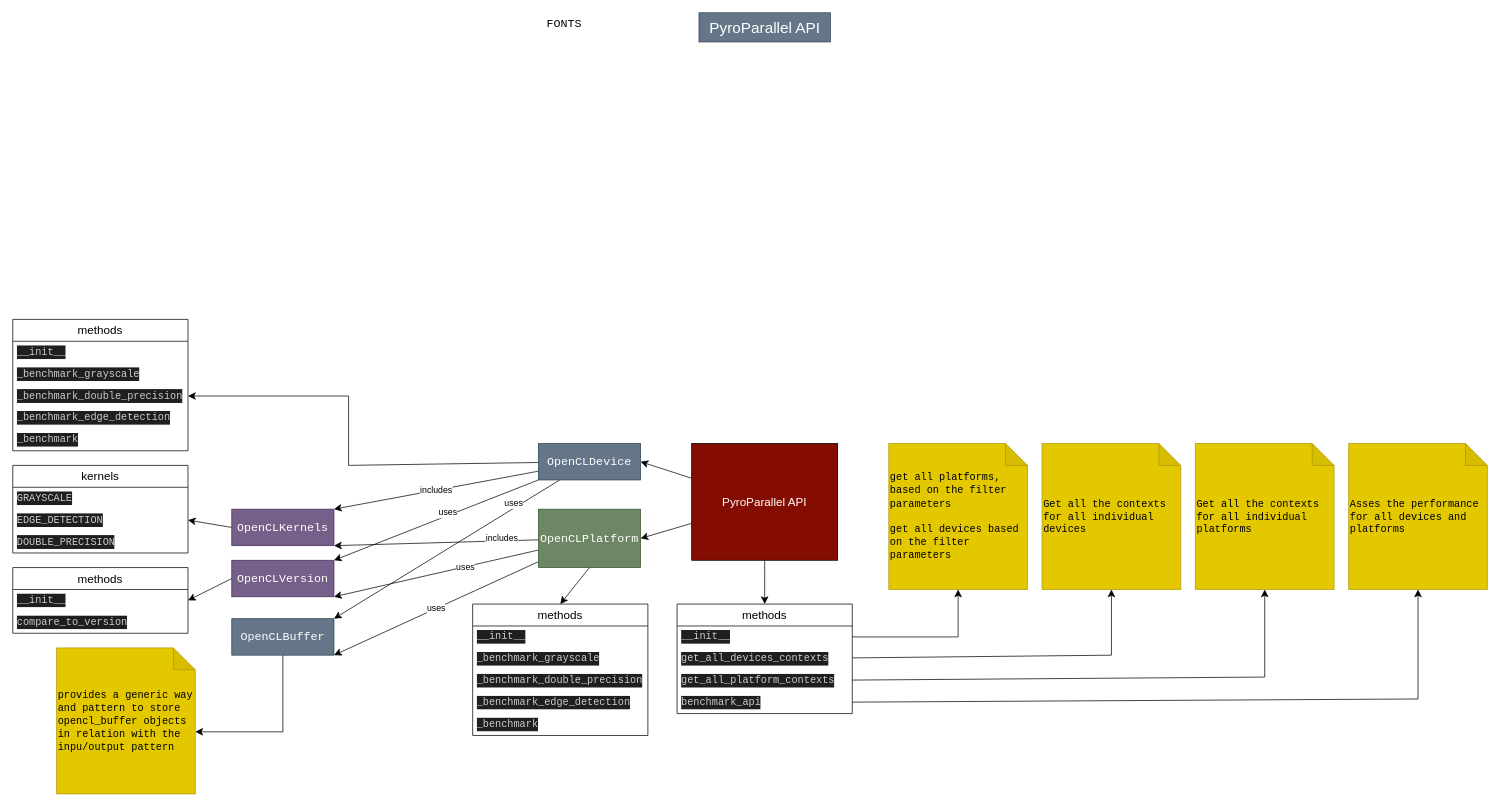
This is doc/diagram.drawio from TheSeeven/PyroParallel, a draw.io file, before an edit. Source tidied: cells renumbered, new cells numbered last; positions are measured from the earlier drawing's top-left corner, leaving out a move shared by most shapes. Both pictures are drawn from the tidied source at 73%, with x=0, y=0 at pixel (12, 12).
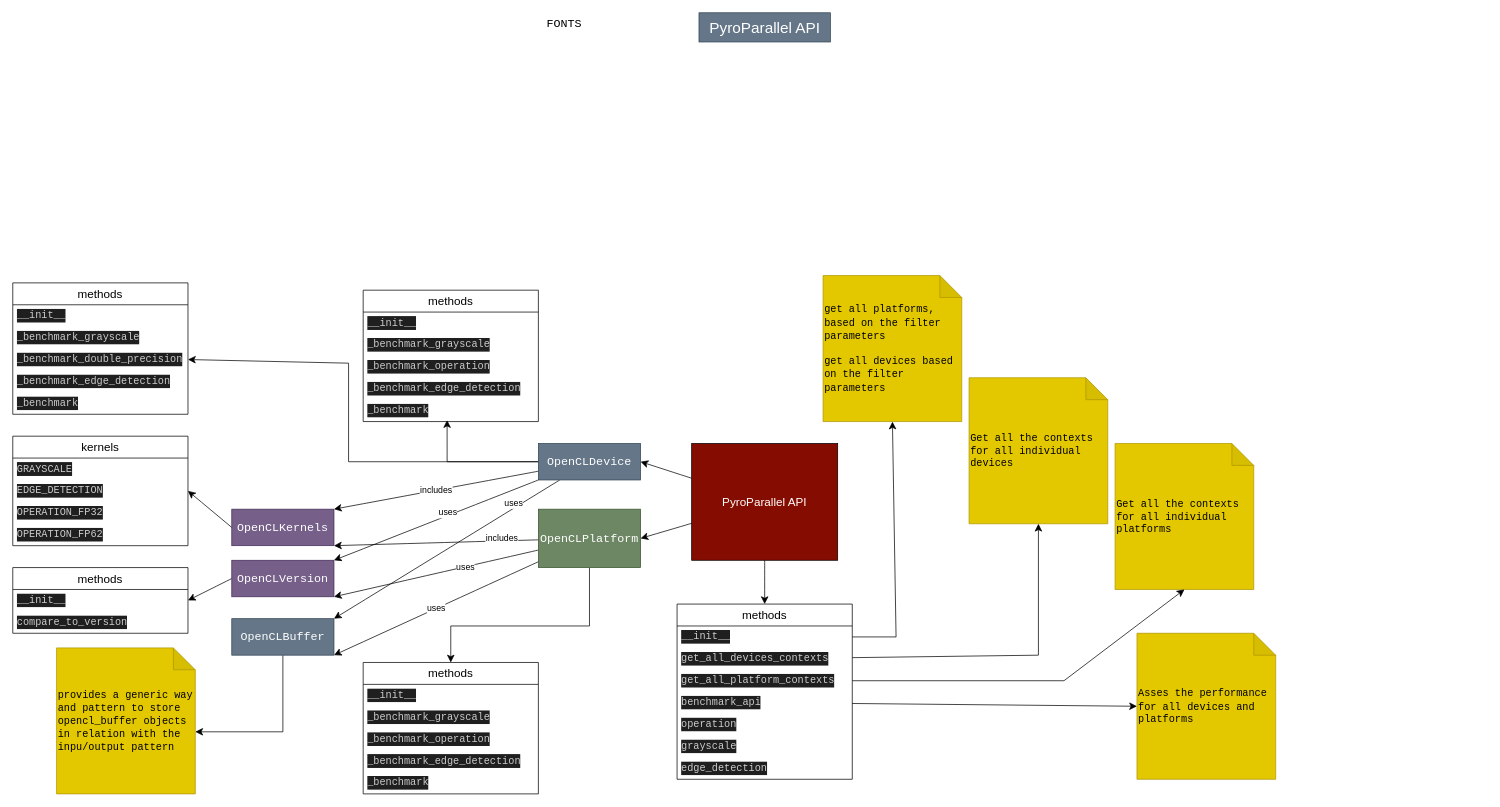
The same page after the edit.

Unchanged cells that the change refers to:
```xml
<mxCell id="8" value="&lt;div style=&quot;color: rgb(204, 204, 204); background-color: rgb(31, 31, 31); font-family: Consolas, &amp;quot;Courier New&amp;quot;, monospace; font-size: 14px; line-height: 19px;&quot;&gt;__init__&lt;/div&gt;" style="text;strokeColor=none;fillColor=none;align=left;verticalAlign=middle;spacingLeft=4;spacingRight=4;overflow=hidden;points=[[0,0.5],[1,0.5]];portConstraint=eastwest;whiteSpace=wrap;html=1;fontSize=16;rounded=0;" parent="7" vertex="1">
  <mxGeometry y="30" width="240" height="30" as="geometry" />
</mxCell>
<mxCell id="9" value="&lt;div style=&quot;color: rgb(204, 204, 204); background-color: rgb(31, 31, 31); font-family: Consolas, &amp;quot;Courier New&amp;quot;, monospace; font-size: 14px; line-height: 19px;&quot;&gt;get_all_devices_contexts&lt;/div&gt;" style="text;strokeColor=none;fillColor=none;align=left;verticalAlign=middle;spacingLeft=4;spacingRight=4;overflow=hidden;points=[[0,0.5],[1,0.5]];portConstraint=eastwest;whiteSpace=wrap;html=1;fontSize=16;rounded=0;" parent="7" vertex="1">
  <mxGeometry y="60" width="240" height="30" as="geometry" />
</mxCell>
<mxCell id="10" value="&lt;div style=&quot;color: rgb(204, 204, 204); background-color: rgb(31, 31, 31); font-family: Consolas, &amp;quot;Courier New&amp;quot;, monospace; font-size: 14px; line-height: 19px;&quot;&gt;get_all_platform_contexts&lt;/div&gt;" style="text;strokeColor=none;fillColor=none;align=left;verticalAlign=middle;spacingLeft=4;spacingRight=4;overflow=hidden;points=[[0,0.5],[1,0.5]];portConstraint=eastwest;whiteSpace=wrap;html=1;fontSize=16;rounded=0;" parent="7" vertex="1">
  <mxGeometry y="90" width="240" height="30" as="geometry" />
</mxCell>
<mxCell id="11" value="&lt;div style=&quot;color: rgb(204, 204, 204); background-color: rgb(31, 31, 31); font-family: Consolas, &amp;quot;Courier New&amp;quot;, monospace; font-size: 14px; line-height: 19px;&quot;&gt;benchmark_api&lt;/div&gt;" style="text;strokeColor=none;fillColor=none;align=left;verticalAlign=middle;spacingLeft=4;spacingRight=4;overflow=hidden;points=[[0,0.5],[1,0.5]];portConstraint=eastwest;whiteSpace=wrap;html=1;fontSize=16;rounded=0;" parent="7" vertex="1">
  <mxGeometry y="120" width="240" height="30" as="geometry" />
</mxCell>
<mxCell id="25" value="&lt;font face=&quot;Consolas, Courier New, monospace&quot;&gt;OpenCLDevice&lt;/font&gt;" style="rounded=0;whiteSpace=wrap;html=1;fontSize=16;fillColor=#647687;fontColor=#ffffff;strokeColor=#314354;glass=0;shadow=0;" parent="1" vertex="1">
  <mxGeometry x="720" y="590" width="140" height="50" as="geometry" />
</mxCell>
<mxCell id="30" value="&lt;font face=&quot;Consolas, Courier New, monospace&quot;&gt;OpenCLPlatform&lt;/font&gt;" style="rounded=0;whiteSpace=wrap;html=1;fontSize=16;fillColor=#6d8764;strokeColor=#3A5431;glass=0;shadow=0;fontColor=#ffffff;" parent="1" vertex="1">
  <mxGeometry x="720" y="680" width="140" height="80" as="geometry" />
</mxCell>
<mxCell id="43" value="&lt;div style=&quot;color: rgb(204, 204, 204); background-color: rgb(31, 31, 31); font-family: Consolas, &amp;quot;Courier New&amp;quot;, monospace; font-size: 14px; line-height: 19px;&quot;&gt;&lt;div style=&quot;line-height: 19px;&quot;&gt;_benchmark_double_precision&lt;/div&gt;&lt;/div&gt;" style="text;strokeColor=none;fillColor=none;align=left;verticalAlign=middle;spacingLeft=4;spacingRight=4;overflow=hidden;points=[[0,0.5],[1,0.5]];portConstraint=eastwest;whiteSpace=wrap;html=1;fontSize=16;rounded=0;" parent="40" vertex="1">
  <mxGeometry y="90" width="240" height="30" as="geometry" />
</mxCell>
<mxCell id="50" value="&lt;font face=&quot;Consolas, Courier New, monospace&quot;&gt;OpenCLKernels&lt;/font&gt;" style="rounded=0;whiteSpace=wrap;html=1;fontSize=16;fillColor=#76608a;fontColor=#ffffff;strokeColor=#432D57;glass=0;shadow=0;" parent="1" vertex="1">
  <mxGeometry x="300" y="680" width="140" height="50" as="geometry" />
</mxCell>
<mxCell id="53" value="&lt;div style=&quot;color: rgb(204, 204, 204); background-color: rgb(31, 31, 31); font-family: Consolas, &amp;quot;Courier New&amp;quot;, monospace; font-size: 14px; line-height: 19px;&quot;&gt;&lt;div style=&quot;line-height: 19px;&quot;&gt;&lt;div style=&quot;line-height: 19px;&quot;&gt;&lt;div style=&quot;line-height: 19px;&quot;&gt;EDGE_DETECTION&lt;/div&gt;&lt;/div&gt;&lt;/div&gt;&lt;/div&gt;" style="text;strokeColor=none;fillColor=none;align=left;verticalAlign=middle;spacingLeft=4;spacingRight=4;overflow=hidden;points=[[0,0.5],[1,0.5]];portConstraint=eastwest;whiteSpace=wrap;html=1;fontSize=16;rounded=0;" parent="51" vertex="1">
  <mxGeometry y="60" width="240" height="30" as="geometry" />
</mxCell>
```

What changed in the source:
```diff
@@
     <mxCell id="7" value="methods" style="swimlane;fontStyle=0;horizontal=1;startSize=30;whiteSpace=wrap;html=1;fontSize=16;rounded=0;" parent="1" vertex="1">
-      <mxGeometry x="910" y="810" width="240" height="150" as="geometry" />
+      <mxGeometry x="910" y="810" width="240" height="240" as="geometry" />
     </mxCell>
@@
+    <mxCell id="58" value="&lt;div style=&quot;color: rgb(204, 204, 204); background-color: rgb(31, 31, 31); font-family: Consolas, &amp;quot;Courier New&amp;quot;, monospace; font-size: 14px; line-height: 19px;&quot;&gt;operation&lt;/div&gt;" style="text;strokeColor=none;fillColor=none;align=left;verticalAlign=middle;spacingLeft=4;spacingRight=4;overflow=hidden;whiteSpace=wrap;html=1;fontSize=16;rounded=0;" parent="7" vertex="1">
+      <mxGeometry y="150" width="240" height="30" as="geometry" />
+    </mxCell>
+    <mxCell id="59" value="&lt;div style=&quot;color: rgb(204, 204, 204); background-color: rgb(31, 31, 31); font-family: Consolas, &amp;quot;Courier New&amp;quot;, monospace; font-size: 14px; line-height: 19px;&quot;&gt;grayscale&lt;/div&gt;" style="text;strokeColor=none;fillColor=none;align=left;verticalAlign=middle;spacingLeft=4;spacingRight=4;overflow=hidden;whiteSpace=wrap;html=1;fontSize=16;rounded=0;" parent="7" vertex="1">
+      <mxGeometry y="180" width="240" height="30" as="geometry" />
+    </mxCell>
+    <mxCell id="60" value="&lt;div style=&quot;color: rgb(204, 204, 204); background-color: rgb(31, 31, 31); font-family: Consolas, &amp;quot;Courier New&amp;quot;, monospace; font-size: 14px; line-height: 19px;&quot;&gt;edge_detection&lt;/div&gt;" style="text;strokeColor=none;fillColor=none;align=left;verticalAlign=middle;spacingLeft=4;spacingRight=4;overflow=hidden;whiteSpace=wrap;html=1;fontSize=16;rounded=0;" parent="7" vertex="1">
+      <mxGeometry y="210" width="240" height="30" as="geometry" />
+    </mxCell>
     <mxCell id="12" value="&lt;div style=&quot;font-size: 14px;&quot;&gt;&lt;span style=&quot;background-color: initial;&quot;&gt;&lt;font face=&quot;Consolas, Courier New, monospace&quot; style=&quot;font-size: 14px;&quot;&gt;get all platforms, based on the filter parameters&lt;/font&gt;&lt;/span&gt;&lt;/div&gt;&lt;div style=&quot;font-size: 14px;&quot;&gt;&lt;span style=&quot;background-color: initial;&quot;&gt;&lt;font face=&quot;Consolas, Courier New, monospace&quot; style=&quot;font-size: 14px;&quot;&gt;&lt;br&gt;&lt;/font&gt;&lt;/span&gt;&lt;/div&gt;&lt;div style=&quot;font-size: 14px;&quot;&gt;&lt;span style=&quot;background-color: initial;&quot;&gt;&lt;font face=&quot;Consolas, Courier New, monospace&quot; style=&quot;font-size: 14px;&quot;&gt;get all devices based on the filter parameters&lt;/font&gt;&lt;/span&gt;&lt;/div&gt;" style="shape=note;whiteSpace=wrap;html=1;backgroundOutline=1;darkOpacity=0.05;fontSize=16;fillColor=#e3c800;fontColor=#000000;strokeColor=#B09500;rounded=0;align=left;" parent="1" vertex="1">
-      <mxGeometry x="1200" y="590" width="190" height="200" as="geometry" />
+      <mxGeometry x="1110" y="360" width="190" height="200" as="geometry" />
     </mxCell>
     <mxCell id="13" style="edgeStyle=none;rounded=0;jettySize=auto;html=1;fontSize=12;startSize=8;endSize=8;exitX=1;exitY=0.5;exitDx=0;exitDy=0;entryX=0.5;entryY=1;entryDx=0;entryDy=0;entryPerimeter=0;" parent="1" edge="1" source="8" target="12">
       <mxGeometry relative="1" as="geometry">
         <Array as="points">
-          <mxPoint x="1295" y="855" />
+          <mxPoint x="1210" y="855" />
         </Array>
       </mxGeometry>
     </mxCell>
     <mxCell id="14" value="&lt;div style=&quot;font-size: 14px;&quot;&gt;&lt;font face=&quot;Consolas, Courier New, monospace&quot;&gt;Get all the contexts for all individual devices&lt;/font&gt;&lt;/div&gt;" style="shape=note;whiteSpace=wrap;html=1;backgroundOutline=1;darkOpacity=0.05;fontSize=16;fillColor=#e3c800;fontColor=#000000;strokeColor=#B09500;align=left;rounded=0;" parent="1" vertex="1">
-      <mxGeometry x="1410" y="590" width="190" height="200" as="geometry" />
+      <mxGeometry x="1310" y="500" width="190" height="200" as="geometry" />
     </mxCell>
     <mxCell id="15" style="edgeStyle=none;rounded=0;jettySize=auto;html=1;fontSize=12;startSize=8;endSize=8;entryX=0.5;entryY=1;entryDx=0;entryDy=0;entryPerimeter=0;" parent="1" edge="1" source="9" target="14">
       <mxGeometry relative="1" as="geometry">
         <Array as="points">
-          <mxPoint x="1505" y="880" />
+          <mxPoint x="1405" y="880" />
         </Array>
       </mxGeometry>
     </mxCell>
     <mxCell id="16" value="&lt;div style=&quot;font-size: 14px;&quot;&gt;&lt;font face=&quot;Consolas, Courier New, monospace&quot;&gt;Get all the contexts for all individual platforms&lt;/font&gt;&lt;/div&gt;" style="shape=note;whiteSpace=wrap;html=1;backgroundOutline=1;darkOpacity=0.05;fontSize=16;fillColor=#e3c800;fontColor=#000000;strokeColor=#B09500;align=left;rounded=0;" parent="1" vertex="1">
-      <mxGeometry x="1620" y="590" width="190" height="200" as="geometry" />
+      <mxGeometry x="1510" y="590" width="190" height="200" as="geometry" />
     </mxCell>
     <mxCell id="17" style="edgeStyle=none;rounded=0;jettySize=auto;html=1;entryX=0.5;entryY=1;entryDx=0;entryDy=0;entryPerimeter=0;fontSize=12;startSize=8;endSize=8;" parent="1" edge="1" source="10" target="16">
       <mxGeometry relative="1" as="geometry">
         <Array as="points">
-          <mxPoint x="1715" y="910" />
+          <mxPoint x="1440" y="915" />
         </Array>
       </mxGeometry>
     </mxCell>
@@
     <mxCell id="19" value="&lt;div style=&quot;font-size: 14px;&quot;&gt;&lt;font face=&quot;Consolas, Courier New, monospace&quot;&gt;Asses the performance for all devices and platforms&lt;/font&gt;&lt;/div&gt;" style="shape=note;whiteSpace=wrap;html=1;backgroundOutline=1;darkOpacity=0.05;fontSize=16;fillColor=#e3c800;fontColor=#000000;strokeColor=#B09500;align=left;rounded=0;" parent="1" vertex="1">
-      <mxGeometry x="1830" y="590" width="190" height="200" as="geometry" />
+      <mxGeometry x="1540" y="850" width="190" height="200" as="geometry" />
     </mxCell>
-    <mxCell id="20" style="edgeStyle=none;jettySize=auto;html=1;entryX=0.5;entryY=1;entryDx=0;entryDy=0;entryPerimeter=0;fontSize=12;startSize=8;endSize=8;rounded=0;" parent="1" edge="1" source="11" target="19">
-      <mxGeometry relative="1" as="geometry">
-        <Array as="points">
-          <mxPoint x="1925" y="940" />
-        </Array>
-      </mxGeometry>
+    <mxCell id="20" style="edgeStyle=none;jettySize=auto;html=1;fontSize=12;startSize=8;endSize=8;rounded=0;entryX=0;entryY=0.5;entryDx=0;entryDy=0;entryPerimeter=0;" parent="1" edge="1" source="11" target="19">
+      <mxGeometry relative="1" as="geometry" />
     </mxCell>
     <mxCell id="21" style="edgeStyle=none;rounded=0;jettySize=auto;html=1;entryX=1;entryY=0.5;entryDx=0;entryDy=0;fontSize=12;startSize=8;endSize=8;" parent="1" edge="1" source="25" target="43">
       <mxGeometry relative="1" as="geometry">
         <Array as="points">
-          <mxPoint x="460" y="620" />
-          <mxPoint x="460" y="525" />
+          <mxPoint x="460" y="615" />
+          <mxPoint x="460" y="480" />
         </Array>
       </mxGeometry>
     </mxCell>
@@
+    <mxCell id="61" style="edgeStyle=none;rounded=0;jettySize=auto;html=1;entryX=0.479;entryY=0.933;entryDx=0;entryDy=0;entryPerimeter=0;fontSize=12;startSize=8;endSize=8;" parent="1" edge="1" source="25" target="68">
+      <mxGeometry relative="1" as="geometry">
+        <Array as="points">
+          <mxPoint x="595" y="615" />
+        </Array>
+      </mxGeometry>
+    </mxCell>
@@
     <mxCell id="26" style="edgeStyle=none;rounded=0;jettySize=auto;html=1;entryX=0.5;entryY=0;entryDx=0;entryDy=0;fontSize=12;startSize=8;endSize=8;exitX=0.5;exitY=1;exitDx=0;exitDy=0;" parent="1" edge="1" source="30" target="34">
-      <mxGeometry relative="1" as="geometry" />
+      <mxGeometry relative="1" as="geometry">
+        <Array as="points">
+          <mxPoint x="790" y="840" />
+          <mxPoint x="600" y="840" />
+        </Array>
+      </mxGeometry>
     </mxCell>
@@
     <mxCell id="34" value="methods" style="swimlane;fontStyle=0;horizontal=1;startSize=30;whiteSpace=wrap;html=1;fontSize=16;rounded=0;" parent="1" vertex="1">
-      <mxGeometry x="630" y="810" width="240" height="180" as="geometry" />
+      <mxGeometry x="480" y="890" width="240" height="180" as="geometry" />
     </mxCell>
@@
-    <mxCell id="37" value="&lt;div style=&quot;color: rgb(204, 204, 204); background-color: rgb(31, 31, 31); font-family: Consolas, &amp;quot;Courier New&amp;quot;, monospace; font-size: 14px; line-height: 19px;&quot;&gt;&lt;div style=&quot;line-height: 19px;&quot;&gt;_benchmark_double_precision&lt;/div&gt;&lt;/div&gt;" style="text;strokeColor=none;fillColor=none;align=left;verticalAlign=middle;spacingLeft=4;spacingRight=4;overflow=hidden;whiteSpace=wrap;html=1;fontSize=16;rounded=0;" parent="34" vertex="1">
+    <mxCell id="37" value="&lt;div style=&quot;color: rgb(204, 204, 204); background-color: rgb(31, 31, 31); font-family: Consolas, &amp;quot;Courier New&amp;quot;, monospace; font-size: 14px; line-height: 19px;&quot;&gt;&lt;div style=&quot;line-height: 19px;&quot;&gt;_benchmark_operation&lt;/div&gt;&lt;/div&gt;" style="text;strokeColor=none;fillColor=none;align=left;verticalAlign=middle;spacingLeft=4;spacingRight=4;overflow=hidden;whiteSpace=wrap;html=1;fontSize=16;rounded=0;" parent="34" vertex="1">
       <mxGeometry y="90" width="240" height="30" as="geometry" />
     </mxCell>
@@
     <mxCell id="40" value="methods" style="swimlane;fontStyle=0;horizontal=1;startSize=30;whiteSpace=wrap;html=1;fontSize=16;rounded=0;" parent="1" vertex="1">
-      <mxGeometry y="420" width="240" height="180" as="geometry" />
+      <mxGeometry y="370" width="240" height="180" as="geometry" />
     </mxCell>
@@
     <mxCell id="49" style="edgeStyle=none;curved=1;rounded=0;jettySize=auto;html=1;entryX=1;entryY=0.5;entryDx=0;entryDy=0;fontSize=12;startSize=8;endSize=8;exitX=0;exitY=0.5;exitDx=0;exitDy=0;" parent="1" edge="1" source="50" target="53">
-      <mxGeometry relative="1" as="geometry" />
+      <mxGeometry relative="1" as="geometry">
+        <Array as="points">
+          <mxPoint x="270" y="680" />
+        </Array>
+      </mxGeometry>
     </mxCell>
@@
     <mxCell id="51" value="kernels" style="swimlane;fontStyle=0;horizontal=1;startSize=30;whiteSpace=wrap;html=1;fontSize=16;rounded=0;" parent="1" vertex="1">
-      <mxGeometry y="620" width="240" height="120" as="geometry" />
+      <mxGeometry y="580" width="240" height="150" as="geometry" />
     </mxCell>
@@
-    <mxCell id="54" value="&lt;div style=&quot;color: rgb(204, 204, 204); background-color: rgb(31, 31, 31); font-family: Consolas, &amp;quot;Courier New&amp;quot;, monospace; font-size: 14px; line-height: 19px;&quot;&gt;&lt;div style=&quot;line-height: 19px;&quot;&gt;&lt;div style=&quot;line-height: 19px;&quot;&gt;&lt;div style=&quot;line-height: 19px;&quot;&gt;DOUBLE_PRECISION&lt;/div&gt;&lt;/div&gt;&lt;/div&gt;&lt;/div&gt;" style="text;strokeColor=none;fillColor=none;align=left;verticalAlign=middle;spacingLeft=4;spacingRight=4;overflow=hidden;whiteSpace=wrap;html=1;fontSize=16;rounded=0;" parent="51" vertex="1">
+    <mxCell id="54" value="&lt;div style=&quot;color: rgb(204, 204, 204); background-color: rgb(31, 31, 31); font-family: Consolas, &amp;quot;Courier New&amp;quot;, monospace; font-size: 14px; line-height: 19px;&quot;&gt;&lt;div style=&quot;line-height: 19px;&quot;&gt;&lt;div style=&quot;line-height: 19px;&quot;&gt;&lt;div style=&quot;line-height: 19px;&quot;&gt;OPERATION_FP32&lt;/div&gt;&lt;/div&gt;&lt;/div&gt;&lt;/div&gt;" style="text;strokeColor=none;fillColor=none;align=left;verticalAlign=middle;spacingLeft=4;spacingRight=4;overflow=hidden;whiteSpace=wrap;html=1;fontSize=16;rounded=0;" parent="51" vertex="1">
       <mxGeometry y="90" width="240" height="30" as="geometry" />
     </mxCell>
+    <mxCell id="62" value="&lt;div style=&quot;color: rgb(204, 204, 204); background-color: rgb(31, 31, 31); font-family: Consolas, &amp;quot;Courier New&amp;quot;, monospace; font-size: 14px; line-height: 19px;&quot;&gt;&lt;div style=&quot;line-height: 19px;&quot;&gt;&lt;div style=&quot;line-height: 19px;&quot;&gt;&lt;div style=&quot;line-height: 19px;&quot;&gt;OPERATION_FP62&lt;/div&gt;&lt;/div&gt;&lt;/div&gt;&lt;/div&gt;" style="text;strokeColor=none;fillColor=none;align=left;verticalAlign=middle;spacingLeft=4;spacingRight=4;overflow=hidden;whiteSpace=wrap;html=1;fontSize=16;rounded=0;" parent="51" vertex="1">
+      <mxGeometry y="120" width="240" height="30" as="geometry" />
+    </mxCell>
@@
+    <mxCell id="63" value="methods" style="swimlane;fontStyle=0;horizontal=1;startSize=30;whiteSpace=wrap;html=1;fontSize=16;rounded=0;" parent="1" vertex="1">
+      <mxGeometry x="480" y="380" width="240" height="180" as="geometry" />
+    </mxCell>
+    <mxCell id="64" value="&lt;div style=&quot;color: rgb(204, 204, 204); background-color: rgb(31, 31, 31); font-family: Consolas, &amp;quot;Courier New&amp;quot;, monospace; font-size: 14px; line-height: 19px;&quot;&gt;__init__&lt;/div&gt;" style="text;strokeColor=none;fillColor=none;align=left;verticalAlign=middle;spacingLeft=4;spacingRight=4;overflow=hidden;whiteSpace=wrap;html=1;fontSize=16;rounded=0;" parent="63" vertex="1">
+      <mxGeometry y="30" width="240" height="30" as="geometry" />
+    </mxCell>
+    <mxCell id="65" value="&lt;div style=&quot;color: rgb(204, 204, 204); background-color: rgb(31, 31, 31); font-family: Consolas, &amp;quot;Courier New&amp;quot;, monospace; font-size: 14px; line-height: 19px;&quot;&gt;_benchmark_grayscale&lt;/div&gt;" style="text;strokeColor=none;fillColor=none;align=left;verticalAlign=middle;spacingLeft=4;spacingRight=4;overflow=hidden;whiteSpace=wrap;html=1;fontSize=16;rounded=0;" parent="63" vertex="1">
+      <mxGeometry y="60" width="240" height="30" as="geometry" />
+    </mxCell>
+    <mxCell id="66" value="&lt;div style=&quot;color: rgb(204, 204, 204); background-color: rgb(31, 31, 31); font-family: Consolas, &amp;quot;Courier New&amp;quot;, monospace; font-size: 14px; line-height: 19px;&quot;&gt;&lt;div style=&quot;line-height: 19px;&quot;&gt;_benchmark_operation&lt;/div&gt;&lt;/div&gt;" style="text;strokeColor=none;fillColor=none;align=left;verticalAlign=middle;spacingLeft=4;spacingRight=4;overflow=hidden;whiteSpace=wrap;html=1;fontSize=16;rounded=0;" parent="63" vertex="1">
+      <mxGeometry y="90" width="240" height="30" as="geometry" />
+    </mxCell>
+    <mxCell id="67" value="&lt;div style=&quot;color: rgb(204, 204, 204); background-color: rgb(31, 31, 31); font-family: Consolas, &amp;quot;Courier New&amp;quot;, monospace; font-size: 14px; line-height: 19px;&quot;&gt;&lt;div style=&quot;line-height: 19px;&quot;&gt;_benchmark_edge_detection&lt;/div&gt;&lt;/div&gt;" style="text;strokeColor=none;fillColor=none;align=left;verticalAlign=middle;spacingLeft=4;spacingRight=4;overflow=hidden;whiteSpace=wrap;html=1;fontSize=16;rounded=0;" parent="63" vertex="1">
+      <mxGeometry y="120" width="240" height="30" as="geometry" />
+    </mxCell>
+    <mxCell id="68" value="&lt;div style=&quot;color: rgb(204, 204, 204); background-color: rgb(31, 31, 31); font-family: Consolas, &amp;quot;Courier New&amp;quot;, monospace; font-size: 14px; line-height: 19px;&quot;&gt;&lt;div style=&quot;line-height: 19px;&quot;&gt;&lt;div style=&quot;line-height: 19px;&quot;&gt;_benchmark&lt;/div&gt;&lt;/div&gt;&lt;/div&gt;" style="text;strokeColor=none;fillColor=none;align=left;verticalAlign=middle;spacingLeft=4;spacingRight=4;overflow=hidden;points=[[0,0.5],[1,0.5]];portConstraint=eastwest;whiteSpace=wrap;html=1;fontSize=16;rounded=0;" parent="63" vertex="1">
+      <mxGeometry y="150" width="240" height="30" as="geometry" />
+    </mxCell>
```
